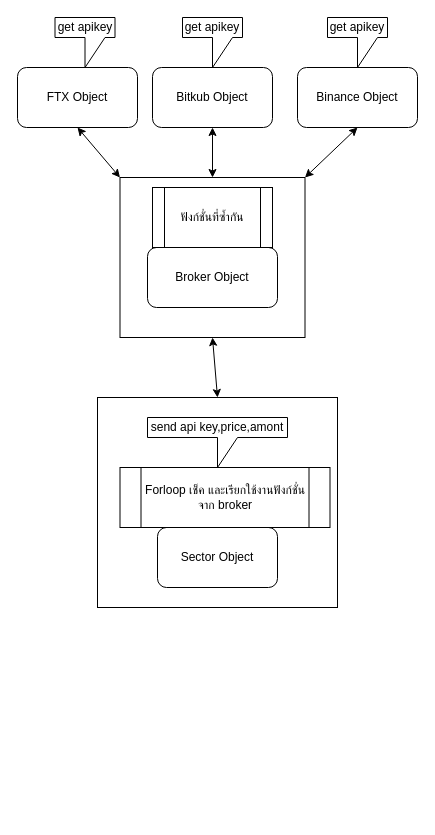
Before: Untitled Diagram.drawio in Ravisut/LStR-40, a draw.io diagram. Source tidied: cells renumbered, new cells numbered last; positions are measured from the earlier drawing's top-left corner, leaving out a move shared by most shapes. Both pictures are drawn from the tidied source at 100%, with x=0, y=0 at pixel (17, 17).
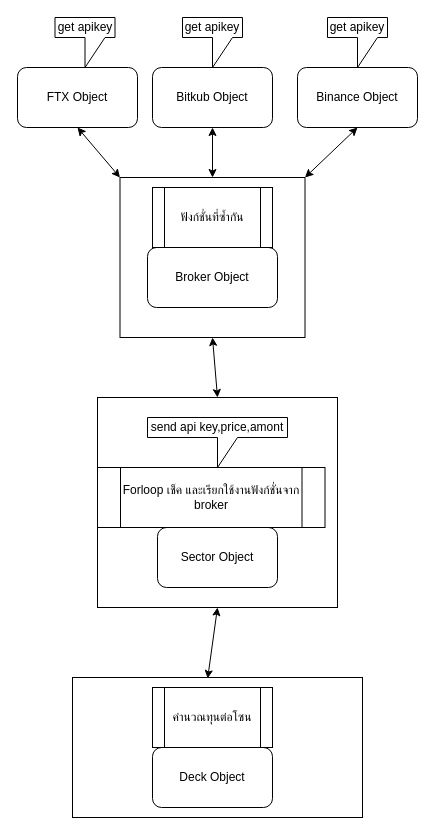
After the change.

The change refers to these unchanged cells:
```xml
<mxCell id="11" style="rounded=0;whiteSpace=wrap;html=1;gradientColor=#ffffff;fillColor=none;" parent="1" vertex="1">
  <mxGeometry x="80" y="380" width="240" height="210" as="geometry" />
</mxCell>
```

The edit, as a diff of the source:
```diff
@@
     <mxCell id="16" value="Forloop เช็ค และเรียกใช้งานฟังก์ชั่นจาก broker" style="shape=process;whiteSpace=wrap;html=1;backgroundOutline=1;gradientColor=#ffffff;fillColor=none;" parent="1" vertex="1">
-      <mxGeometry x="102.5" y="450" width="210" height="60" as="geometry" />
+      <mxGeometry x="80" y="450" width="227.5" height="60" as="geometry" />
     </mxCell>
@@
+    <mxCell id="19" style="rounded=0;whiteSpace=wrap;html=1;fillColor=none;gradientColor=#ffffff;" parent="1" vertex="1">
+      <mxGeometry x="55" y="660" width="290" height="140" as="geometry" />
+    </mxCell>
+    <mxCell id="20" value="Deck Object" style="rounded=1;whiteSpace=wrap;html=1;fillColor=none;gradientColor=#ffffff;" parent="1" vertex="1">
+      <mxGeometry x="135" y="730" width="120" height="60" as="geometry" />
+    </mxCell>
+    <mxCell id="21" value="คำนวณทุนต่อโซน" style="shape=process;whiteSpace=wrap;html=1;backgroundOutline=1;fillColor=none;gradientColor=#ffffff;" parent="1" vertex="1">
+      <mxGeometry x="135" y="670" width="120" height="60" as="geometry" />
+    </mxCell>
+    <mxCell id="22" style="endArrow=classic;startArrow=classic;html=1;entryX=0.5;entryY=1;entryDx=0;entryDy=0;exitX=0.466;exitY=0.007;exitDx=0;exitDy=0;exitPerimeter=0;" parent="1" edge="1" source="19" target="11">
+      <mxGeometry relative="1" as="geometry" />
+    </mxCell>
```
